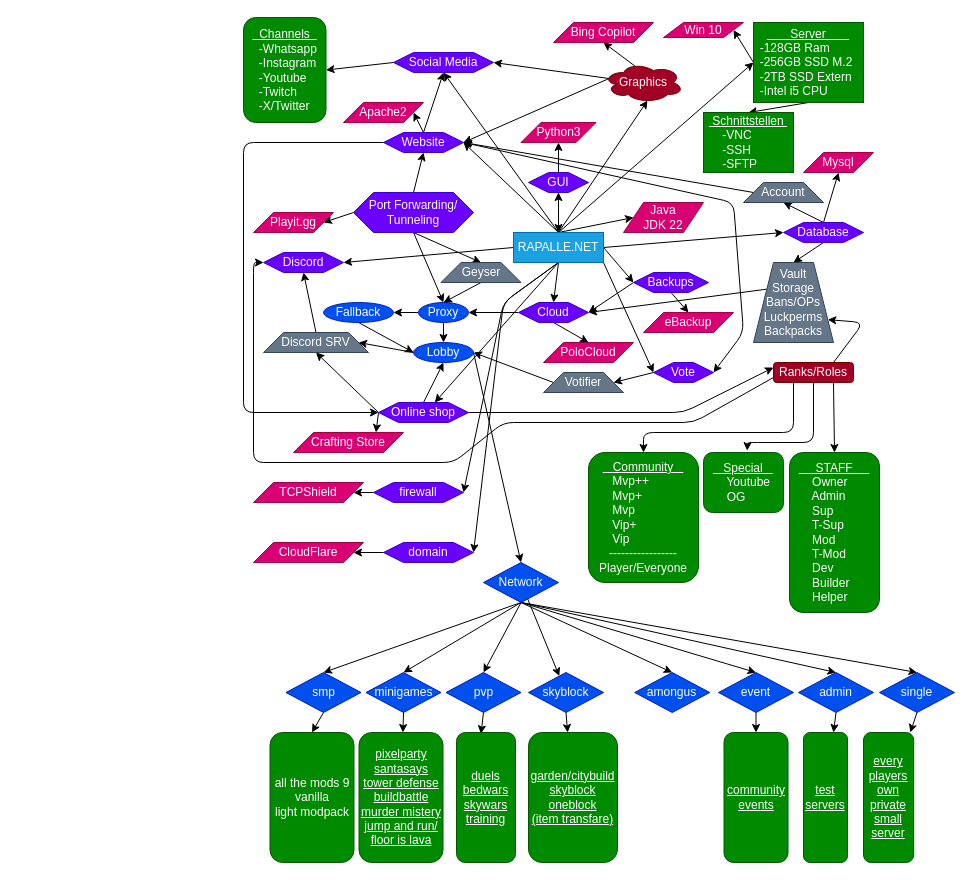
RAPALLE2/Rapalle.net keeps this draw.io diagram as logs/Structure.drawio. Above is the earlier version. Source tidied: cells renumbered, new cells numbered last; positions are measured from the earlier drawing's top-left corner, leaving out a move shared by most shapes. Both pictures are drawn from the tidied source at 100%, with x=0, y=0 at pixel (243, 17).
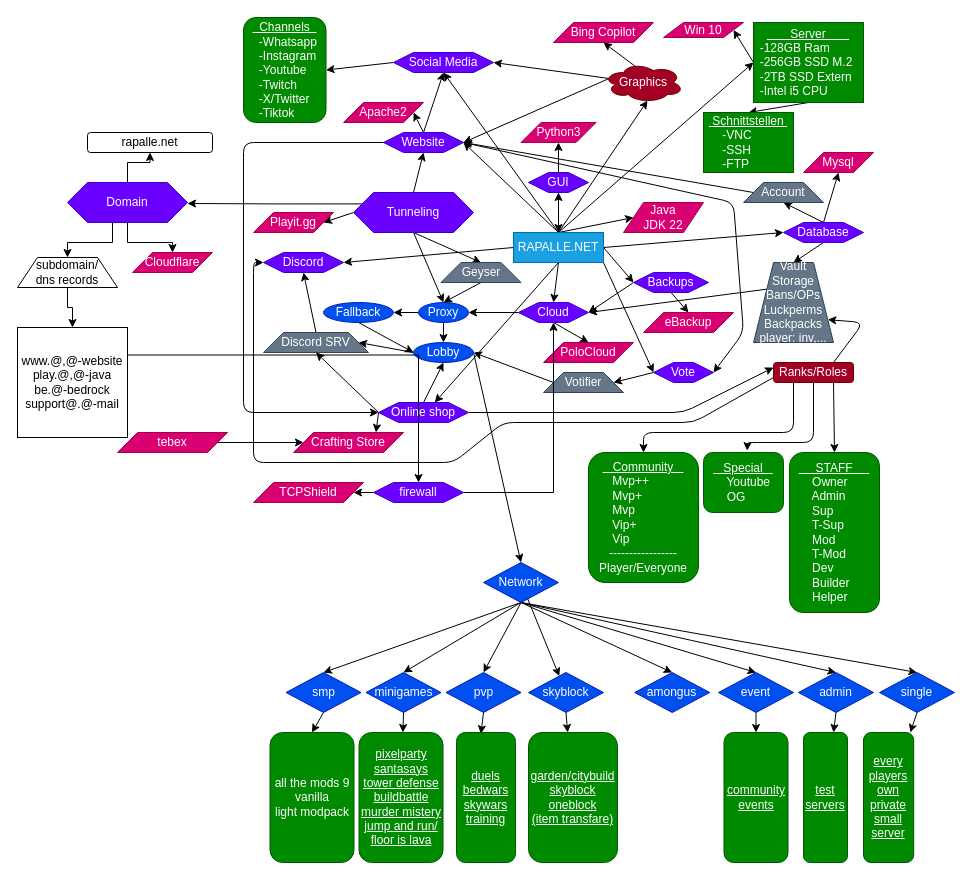
The same diagram, later.

Unchanged cells that the change refers to:
```xml
<mxCell id="16" value="RAPALLE.NET" style="rounded=0;whiteSpace=wrap;html=1;fillColor=#1ba1e2;fontColor=#ffffff;strokeColor=#006EAF;" parent="1" vertex="1">
  <mxGeometry x="270" y="215" width="90" height="30" as="geometry" />
</mxCell>
<mxCell id="50" value="Cloud" style="shape=hexagon;perimeter=hexagonPerimeter2;whiteSpace=wrap;html=1;fixedSize=1;fillColor=#6a00ff;fontColor=#ffffff;strokeColor=#3700CC;" parent="1" vertex="1">
  <mxGeometry x="275" y="285" width="70" height="20" as="geometry" />
</mxCell>
<mxCell id="77" value="Crafting Store" style="shape=parallelogram;perimeter=parallelogramPerimeter;whiteSpace=wrap;html=1;fixedSize=1;fillColor=#d80073;fontColor=#ffffff;strokeColor=#A50040;" parent="1" vertex="1">
  <mxGeometry x="50" y="415" width="110" height="20" as="geometry" />
</mxCell>
<mxCell id="108" value="firewall" style="shape=hexagon;perimeter=hexagonPerimeter2;whiteSpace=wrap;html=1;fixedSize=1;fillColor=#6a00ff;fontColor=#ffffff;strokeColor=#3700CC;" parent="1" vertex="1">
  <mxGeometry x="130" y="465" width="90" height="20" as="geometry" />
</mxCell>
```

Diff of the diagram source:
```diff
@@
-    <mxCell id="14" style="edgeStyle=none;html=1;exitX=0.5;exitY=1;exitDx=0;exitDy=0;entryX=1;entryY=0.5;entryDx=0;entryDy=0;" parent="1" edge="1" source="16" target="108">
-      <mxGeometry relative="1" as="geometry">
-        <Array as="points">
-          <mxPoint x="260" y="285" />
-        </Array>
-      </mxGeometry>
-    </mxCell>
-    <mxCell id="15" style="edgeStyle=none;html=1;exitX=0.5;exitY=1;exitDx=0;exitDy=0;entryX=1;entryY=0.5;entryDx=0;entryDy=0;" parent="1" edge="1" source="16" target="110">
-      <mxGeometry relative="1" as="geometry">
-        <Array as="points">
-          <mxPoint x="260" y="285" />
-        </Array>
-      </mxGeometry>
-    </mxCell>
@@
+    <mxCell id="133" style="edgeStyle=orthogonalEdgeStyle;rounded=0;jettySize=auto;html=1;exitX=0;exitY=0.25;exitDx=0;exitDy=0;" parent="1" edge="1" source="38">
+      <mxGeometry relative="1" as="geometry">
+        <mxPoint x="-56" y="186" as="targetPoint" />
+      </mxGeometry>
+    </mxCell>
-    <mxCell id="38" value="Port Forwarding/&lt;br&gt;Tunneling" style="shape=hexagon;perimeter=hexagonPerimeter2;whiteSpace=wrap;html=1;fixedSize=1;fillColor=#6a00ff;fontColor=#ffffff;strokeColor=#3700CC;" parent="1" vertex="1">
+    <mxCell id="38" value="Tunneling" style="shape=hexagon;perimeter=hexagonPerimeter2;whiteSpace=wrap;html=1;fixedSize=1;fillColor=#6a00ff;fontColor=#ffffff;strokeColor=#3700CC;" parent="1" vertex="1">
       <mxGeometry x="110" y="175" width="120" height="40" as="geometry" />
     </mxCell>
@@
-    <mxCell id="44" value="&lt;u&gt;&amp;nbsp;Schnittstellen&amp;nbsp;&lt;/u&gt;&lt;br&gt;&lt;div style=&quot;text-align: left;&quot;&gt;&lt;span style=&quot;background-color: initial;&quot;&gt;&amp;nbsp; &amp;nbsp; -VNC&lt;/span&gt;&lt;/div&gt;&lt;div style=&quot;text-align: left;&quot;&gt;&lt;span style=&quot;background-color: initial;&quot;&gt;&amp;nbsp; &amp;nbsp; -SSH&lt;/span&gt;&lt;/div&gt;&lt;div style=&quot;text-align: left;&quot;&gt;&lt;span style=&quot;background-color: initial;&quot;&gt;&amp;nbsp; &amp;nbsp; -SFTP&lt;/span&gt;&lt;/div&gt;" style="rounded=0;whiteSpace=wrap;html=1;fillColor=#008a00;fontColor=#ffffff;strokeColor=#005700;" parent="1" vertex="1">
+    <mxCell id="44" value="&lt;u&gt;&amp;nbsp;Schnittstellen&amp;nbsp;&lt;/u&gt;&lt;br&gt;&lt;div style=&quot;text-align: left;&quot;&gt;&lt;span style=&quot;background-color: initial;&quot;&gt;&amp;nbsp; &amp;nbsp; -VNC&lt;/span&gt;&lt;/div&gt;&lt;div style=&quot;text-align: left;&quot;&gt;&lt;span style=&quot;background-color: initial;&quot;&gt;&amp;nbsp; &amp;nbsp; -SSH&lt;/span&gt;&lt;/div&gt;&lt;div style=&quot;text-align: left;&quot;&gt;&lt;span style=&quot;background-color: initial;&quot;&gt;&amp;nbsp; &amp;nbsp; -FTP&lt;/span&gt;&lt;/div&gt;" style="rounded=0;whiteSpace=wrap;html=1;fillColor=#008a00;fontColor=#ffffff;strokeColor=#005700;" parent="1" vertex="1">
       <mxGeometry x="460" y="95" width="90" height="60" as="geometry" />
     </mxCell>
@@
-    <mxCell id="94" value="Vault&lt;br&gt;Storage&lt;br&gt;Bans/OPs&lt;br&gt;Luckperms&lt;br&gt;Backpacks" style="shape=trapezoid;perimeter=trapezoidPerimeter;whiteSpace=wrap;html=1;fixedSize=1;fillColor=#647687;fontColor=#ffffff;strokeColor=#314354;" parent="1" vertex="1">
+    <mxCell id="94" value="Vault&lt;br&gt;Storage&lt;br&gt;Bans/OPs&lt;br&gt;Luckperms&lt;br&gt;Backpacks&lt;br&gt;player: inv,..." style="shape=trapezoid;perimeter=trapezoidPerimeter;whiteSpace=wrap;html=1;fixedSize=1;fillColor=#647687;fontColor=#ffffff;strokeColor=#314354;" parent="1" vertex="1">
       <mxGeometry x="510" y="245" width="80" height="80" as="geometry" />
     </mxCell>
@@
-    <mxCell id="104" value="&lt;u&gt;&amp;nbsp; Channels&amp;nbsp;&amp;nbsp;&lt;/u&gt;&lt;br&gt;&lt;div style=&quot;text-align: left;&quot;&gt;&lt;span style=&quot;background-color: initial;&quot;&gt;&amp;nbsp; -Whatsapp&lt;/span&gt;&lt;/div&gt;&lt;div style=&quot;text-align: left;&quot;&gt;&lt;span style=&quot;background-color: initial;&quot;&gt;&amp;nbsp; -Instagram&lt;/span&gt;&lt;/div&gt;&lt;div style=&quot;text-align: left;&quot;&gt;&lt;span style=&quot;background-color: initial;&quot;&gt;&amp;nbsp; -Youtube&lt;/span&gt;&lt;/div&gt;&lt;div style=&quot;text-align: left;&quot;&gt;&lt;span style=&quot;background-color: initial;&quot;&gt;&amp;nbsp; -Twitch&lt;/span&gt;&lt;/div&gt;&lt;div style=&quot;text-align: left;&quot;&gt;&lt;span style=&quot;background-color: initial;&quot;&gt;&amp;nbsp; -X/Twitter&lt;/span&gt;&lt;/div&gt;" style="rounded=1;whiteSpace=wrap;html=1;fillColor=#008a00;fontColor=#ffffff;strokeColor=#005700;align=center;" parent="1" vertex="1">
+    <mxCell id="104" value="&lt;u&gt;&amp;nbsp; Channels&amp;nbsp;&amp;nbsp;&lt;/u&gt;&lt;br&gt;&lt;div style=&quot;text-align: left;&quot;&gt;&lt;span style=&quot;background-color: initial;&quot;&gt;&amp;nbsp; -Whatsapp&lt;/span&gt;&lt;/div&gt;&lt;div style=&quot;text-align: left;&quot;&gt;&lt;span style=&quot;background-color: initial;&quot;&gt;&amp;nbsp; -Instagram&lt;/span&gt;&lt;/div&gt;&lt;div style=&quot;text-align: left;&quot;&gt;&lt;span style=&quot;background-color: initial;&quot;&gt;&amp;nbsp; -Youtube&lt;/span&gt;&lt;/div&gt;&lt;div style=&quot;text-align: left;&quot;&gt;&lt;span style=&quot;background-color: initial;&quot;&gt;&amp;nbsp; -Twitch&lt;/span&gt;&lt;/div&gt;&lt;div style=&quot;text-align: left;&quot;&gt;&lt;span style=&quot;background-color: initial;&quot;&gt;&amp;nbsp; -X/Twitter&lt;/span&gt;&lt;/div&gt;&lt;div style=&quot;text-align: left;&quot;&gt;&amp;nbsp; -Tiktok&lt;/div&gt;" style="rounded=1;whiteSpace=wrap;html=1;fillColor=#008a00;fontColor=#ffffff;strokeColor=#005700;align=center;" parent="1" vertex="1">
       <mxGeometry width="82.5" height="105" as="geometry" />
     </mxCell>
@@
-    <mxCell id="106" value="CloudFlare" style="shape=parallelogram;perimeter=parallelogramPerimeter;whiteSpace=wrap;html=1;fixedSize=1;fillColor=#d80073;fontColor=#ffffff;strokeColor=#A50040;" parent="1" vertex="1">
-      <mxGeometry x="10" y="525" width="110" height="20" as="geometry" />
-    </mxCell>
@@
+    <mxCell id="134" style="edgeStyle=orthogonalEdgeStyle;rounded=0;jettySize=auto;html=1;exitX=1;exitY=0.5;exitDx=0;exitDy=0;" parent="1" edge="1" source="108" target="50">
+      <mxGeometry relative="1" as="geometry" />
+    </mxCell>
@@
-    <mxCell id="109" style="edgeStyle=none;html=1;exitX=0;exitY=0.5;exitDx=0;exitDy=0;entryX=1;entryY=0.5;entryDx=0;entryDy=0;" parent="1" edge="1" source="110" target="106">
-      <mxGeometry relative="1" as="geometry" />
-    </mxCell>
-    <mxCell id="110" value="domain" style="shape=hexagon;perimeter=hexagonPerimeter2;whiteSpace=wrap;html=1;fixedSize=1;fillColor=#6a00ff;fontColor=#ffffff;strokeColor=#3700CC;" parent="1" vertex="1">
-      <mxGeometry x="140" y="525" width="90" height="20" as="geometry" />
-    </mxCell>
@@
+    <mxCell id="135" style="edgeStyle=orthogonalEdgeStyle;rounded=0;jettySize=auto;html=1;exitX=1;exitY=0.5;exitDx=0;exitDy=0;" parent="1" edge="1" source="136" target="77">
+      <mxGeometry relative="1" as="geometry" />
+    </mxCell>
+    <mxCell id="136" value="tebex" style="shape=parallelogram;perimeter=parallelogramPerimeter;whiteSpace=wrap;html=1;fixedSize=1;fillColor=#d80073;fontColor=#ffffff;strokeColor=#A50040;" parent="1" vertex="1">
+      <mxGeometry x="-126" y="415" width="110" height="20" as="geometry" />
+    </mxCell>
+    <mxCell id="137" style="edgeStyle=orthogonalEdgeStyle;rounded=0;jettySize=auto;html=1;exitX=0.5;exitY=1;exitDx=0;exitDy=0;" parent="1" edge="1" source="140" target="141">
+      <mxGeometry relative="1" as="geometry" />
+    </mxCell>
+    <mxCell id="138" style="edgeStyle=orthogonalEdgeStyle;rounded=0;jettySize=auto;html=1;exitX=0.5;exitY=0;exitDx=0;exitDy=0;" parent="1" edge="1" source="140" target="142">
+      <mxGeometry relative="1" as="geometry" />
+    </mxCell>
+    <mxCell id="139" style="edgeStyle=orthogonalEdgeStyle;rounded=0;jettySize=auto;html=1;exitX=0.375;exitY=1;exitDx=0;exitDy=0;entryX=0.5;entryY=0;entryDx=0;entryDy=0;" parent="1" edge="1" source="140" target="144">
+      <mxGeometry relative="1" as="geometry" />
+    </mxCell>
+    <mxCell id="140" value="Domain" style="shape=hexagon;perimeter=hexagonPerimeter2;whiteSpace=wrap;html=1;fixedSize=1;fillColor=#6a00ff;fontColor=#ffffff;strokeColor=#3700CC;" parent="1" vertex="1">
+      <mxGeometry x="-176" y="165" width="120" height="40" as="geometry" />
+    </mxCell>
+    <mxCell id="141" value="Cloudflare" style="shape=parallelogram;perimeter=parallelogramPerimeter;whiteSpace=wrap;html=1;fixedSize=1;fillColor=#d80073;fontColor=#ffffff;strokeColor=#A50040;" parent="1" vertex="1">
+      <mxGeometry x="-111" y="235" width="80" height="20" as="geometry" />
+    </mxCell>
+    <mxCell id="142" value="rapalle.net" style="rounded=1;whiteSpace=wrap;html=1;" parent="1" vertex="1">
+      <mxGeometry x="-156" y="115" width="125" height="20" as="geometry" />
+    </mxCell>
+    <mxCell id="143" style="edgeStyle=orthogonalEdgeStyle;rounded=0;jettySize=auto;html=1;exitX=0.5;exitY=1;exitDx=0;exitDy=0;" parent="1" edge="1" source="144" target="146">
+      <mxGeometry relative="1" as="geometry" />
+    </mxCell>
+    <mxCell id="144" value="subdomain/&lt;br&gt;dns records" style="shape=trapezoid;perimeter=trapezoidPerimeter;whiteSpace=wrap;html=1;fixedSize=1;" parent="1" vertex="1">
+      <mxGeometry x="-226" y="240" width="100" height="30" as="geometry" />
+    </mxCell>
+    <mxCell id="145" style="edgeStyle=orthogonalEdgeStyle;rounded=0;jettySize=auto;html=1;exitX=1;exitY=0.25;exitDx=0;exitDy=0;entryX=0.5;entryY=0;entryDx=0;entryDy=0;" parent="1" edge="1" source="146" target="108">
+      <mxGeometry relative="1" as="geometry" />
+    </mxCell>
+    <mxCell id="146" value="www.@,@-website&lt;br&gt;play.@,@-java&lt;br&gt;be.@-bedrock&lt;br&gt;support@.@-mail" style="whiteSpace=wrap;html=1;" parent="1" vertex="1">
+      <mxGeometry x="-226" y="310" width="110" height="110" as="geometry" />
+    </mxCell>
```
